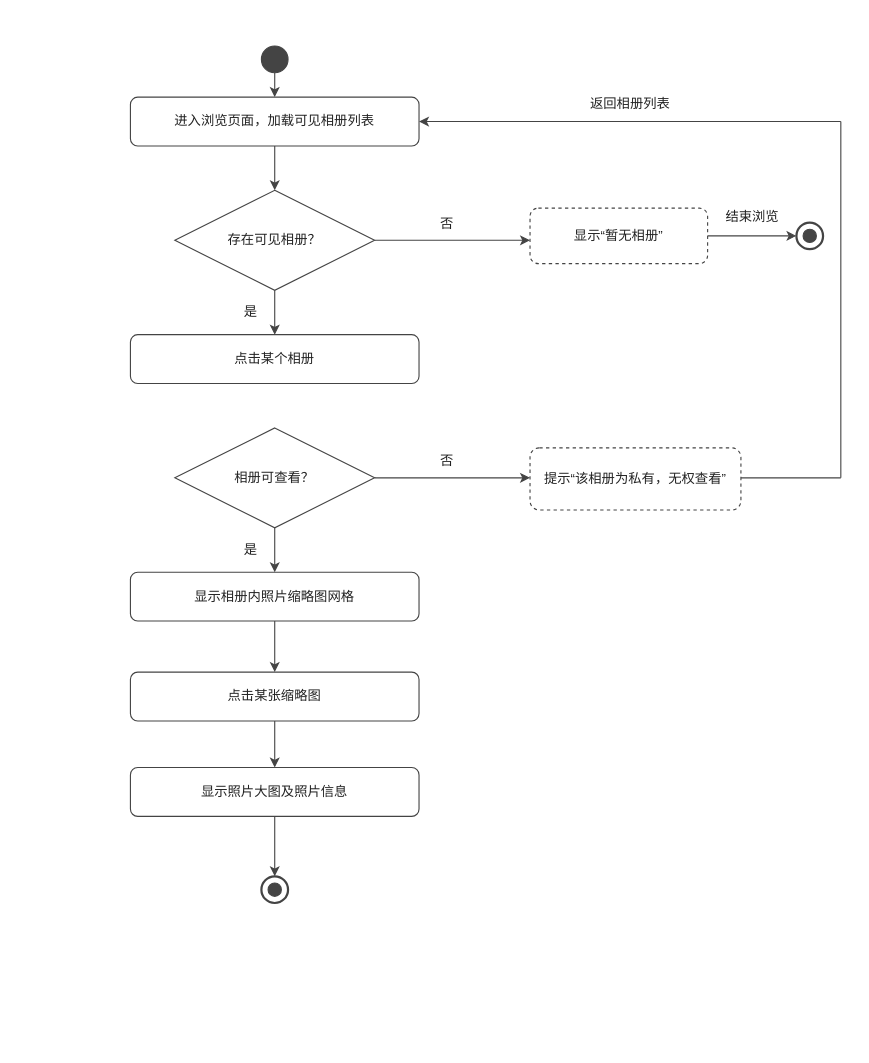
Above: docs/交付/3-照片管理-王柯涵/images/浏览照片_活动图.drawio in chennuo1101/electronic-photo-album-system1 (draw.io), before the change. Source tidied: cells renumbered, new cells numbered last; positions are measured from the earlier drawing's top-left corner, leaving out a move shared by most shapes. Both pictures are drawn from the tidied source at 111%, with x=0, y=0 at pixel (130, 46).
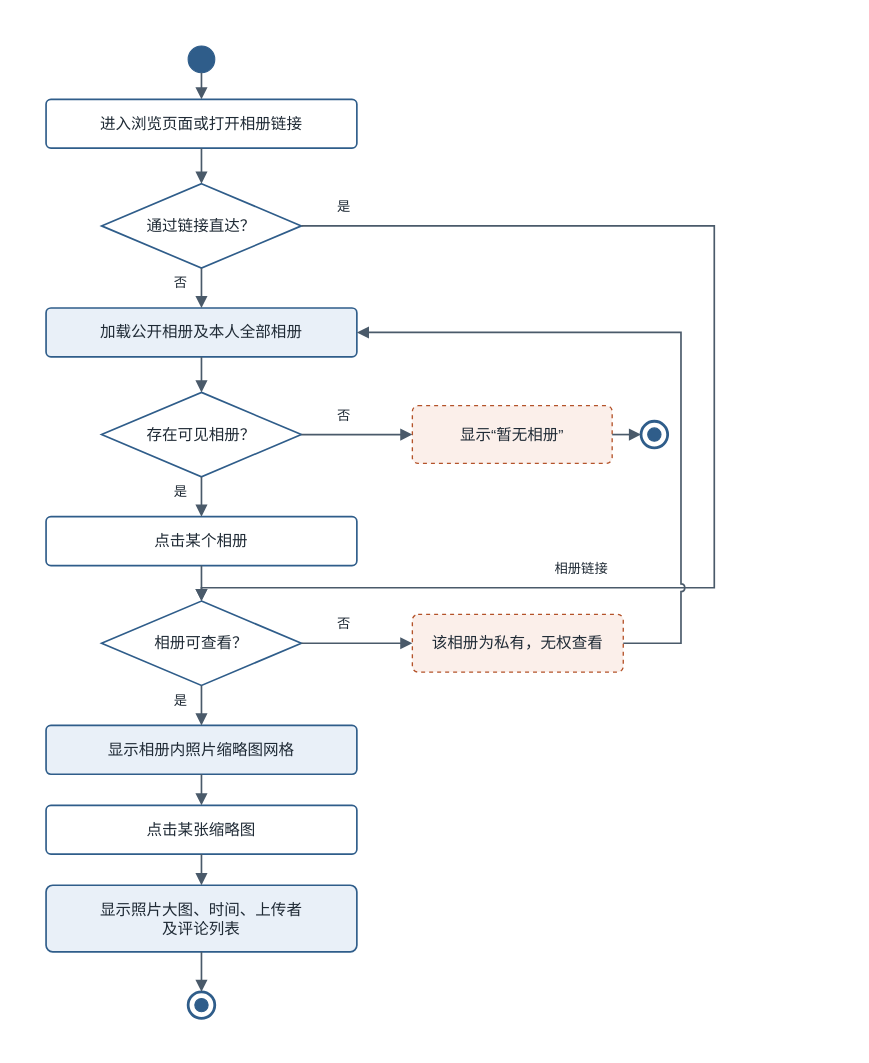
The same diagram, later.

Change to the diagram source:
```diff
@@
+    <mxCell id="35" style="rounded=0;whiteSpace=wrap;html=1;fillColor=#FFFFFF;strokeColor=none;" parent="1" vertex="1">
+      <mxGeometry x="-100" y="-24" width="652" height="924" as="geometry" />
+    </mxCell>
-    <mxCell id="2" style="ellipse;html=1;fillColor=#444444;strokeColor=#444444;" parent="1" vertex="1">
-      <mxGeometry x="118" width="24" height="24" as="geometry" />
+    <mxCell id="2" style="ellipse;html=1;fillColor=#2F5D8A;strokeColor=#2F5D8A;" parent="1" vertex="1">
+      <mxGeometry x="52" width="24" height="24" as="geometry" />
     </mxCell>
-    <mxCell id="3" value="进入浏览页面，加载可见相册列表" style="rounded=1;whiteSpace=wrap;html=1;fillColor=#FFFFFF;strokeColor=#444444;fontFamily=Microsoft YaHei;fontSize=12;fontColor=#222222;" parent="1" vertex="1">
-      <mxGeometry y="46" width="260" height="44" as="geometry" />
+    <mxCell id="3" value="进入浏览页面或打开相册链接" style="rounded=1;arcSize=10;whiteSpace=wrap;html=1;fillColor=#FFFFFF;strokeColor=#2F5D8A;strokeWidth=1.5;fontFamily=Microsoft YaHei;fontSize=14;fontColor=#1F2A35;" parent="1" vertex="1">
+      <mxGeometry x="-76" y="48" width="280" height="44" as="geometry" />
     </mxCell>
+    <mxCell id="36" value="通过链接直达？" style="rhombus;whiteSpace=wrap;html=1;fillColor=#FFFFFF;strokeColor=#2F5D8A;strokeWidth=1.5;fontFamily=Microsoft YaHei;fontSize=14;fontColor=#1F2A35;" parent="1" vertex="1">
+      <mxGeometry x="-26" y="124" width="180" height="76" as="geometry" />
+    </mxCell>
+    <mxCell id="6" value="加载公开相册及本人全部相册" style="rounded=1;arcSize=10;whiteSpace=wrap;html=1;fillColor=#E9F0F8;strokeColor=#2F5D8A;strokeWidth=1.5;fontFamily=Microsoft YaHei;fontSize=14;fontColor=#1F2A35;" parent="1" vertex="1">
+      <mxGeometry x="-76" y="236" width="280" height="44" as="geometry" />
+    </mxCell>
-    <mxCell id="4" value="存在可见相册？" style="rhombus;whiteSpace=wrap;html=1;fillColor=#FFFFFF;strokeColor=#444444;fontFamily=Microsoft YaHei;fontSize=12;fontColor=#222222;" parent="1" vertex="1">
-      <mxGeometry x="40" y="130" width="180" height="90" as="geometry" />
+    <mxCell id="4" value="存在可见相册？" style="rhombus;whiteSpace=wrap;html=1;fillColor=#FFFFFF;strokeColor=#2F5D8A;strokeWidth=1.5;fontFamily=Microsoft YaHei;fontSize=14;fontColor=#1F2A35;" parent="1" vertex="1">
+      <mxGeometry x="-26" y="312" width="180" height="76" as="geometry" />
     </mxCell>
-    <mxCell id="5" value="显示“暂无相册”" style="rounded=1;whiteSpace=wrap;html=1;fillColor=none;strokeColor=#444444;dashed=1;fontFamily=Microsoft YaHei;fontSize=12;fontColor=#222222;" parent="1" vertex="1">
-      <mxGeometry x="360" y="146" width="160" height="50" as="geometry" />
+    <mxCell id="5" value="显示“暂无相册”" style="rounded=1;arcSize=10;whiteSpace=wrap;html=1;fillColor=#FBEFEA;strokeColor=#B4532A;strokeWidth=1.2;dashed=1;fontFamily=Microsoft YaHei;fontSize=14;fontColor=#1F2A35;" parent="1" vertex="1">
+      <mxGeometry x="254" y="324" width="180" height="52" as="geometry" />
     </mxCell>
-    <mxCell id="6" value="点击某个相册" style="rounded=1;whiteSpace=wrap;html=1;fillColor=#FFFFFF;strokeColor=#444444;fontFamily=Microsoft YaHei;fontSize=12;fontColor=#222222;" parent="1" vertex="1">
-      <mxGeometry y="260" width="260" height="44" as="geometry" />
-    </mxCell>
+    <mxCell id="37" style="html=1;rounded=0;strokeColor=#4A5A6A;strokeWidth=1.5;startArrow=none;endArrow=block;endFill=1;endSize=7;jumpStyle=arc;jumpSize=6;" parent="1" edge="1">
+      <mxGeometry relative="1" as="geometry">
+        <mxPoint x="154" y="350" as="sourcePoint" />
+        <mxPoint x="254" y="350" as="targetPoint" />
+      </mxGeometry>
+    </mxCell>
+    <mxCell id="38" value="否" style="text;html=1;align=center;verticalAlign=middle;fillColor=#FFFFFF;strokeColor=none;fontFamily=Microsoft YaHei;fontSize=12;fontColor=#1F2A35;" parent="1" vertex="1">
+      <mxGeometry x="180" y="324" width="24" height="18" as="geometry" />
+    </mxCell>
+    <mxCell id="39" style="ellipse;html=1;fillColor=#FFFFFF;strokeColor=#2F5D8A;strokeWidth=2.5;" parent="1" vertex="1">
+      <mxGeometry x="460" y="338" width="24" height="24" as="geometry" />
+    </mxCell>
+    <mxCell id="40" style="ellipse;html=1;fillColor=#2F5D8A;strokeColor=#2F5D8A;" parent="1" vertex="1">
+      <mxGeometry x="466" y="344" width="12" height="12" as="geometry" />
+    </mxCell>
+    <mxCell id="41" style="html=1;rounded=0;strokeColor=#4A5A6A;strokeWidth=1.5;startArrow=none;endArrow=block;endFill=1;endSize=7;jumpStyle=arc;jumpSize=6;" parent="1" edge="1">
+      <mxGeometry relative="1" as="geometry">
+        <mxPoint x="434" y="350" as="sourcePoint" />
+        <mxPoint x="460" y="350" as="targetPoint" />
+      </mxGeometry>
+    </mxCell>
+    <mxCell id="9" value="点击某个相册" style="rounded=1;arcSize=10;whiteSpace=wrap;html=1;fillColor=#FFFFFF;strokeColor=#2F5D8A;strokeWidth=1.5;fontFamily=Microsoft YaHei;fontSize=14;fontColor=#1F2A35;" parent="1" vertex="1">
+      <mxGeometry x="-76" y="424" width="280" height="44" as="geometry" />
+    </mxCell>
-    <mxCell id="7" value="相册可查看？" style="rhombus;whiteSpace=wrap;html=1;fillColor=#FFFFFF;strokeColor=#444444;fontFamily=Microsoft YaHei;fontSize=12;fontColor=#222222;" parent="1" vertex="1">
-      <mxGeometry x="40" y="344" width="180" height="90" as="geometry" />
+    <mxCell id="7" value="相册可查看？" style="rhombus;whiteSpace=wrap;html=1;fillColor=#FFFFFF;strokeColor=#2F5D8A;strokeWidth=1.5;fontFamily=Microsoft YaHei;fontSize=14;fontColor=#1F2A35;" parent="1" vertex="1">
+      <mxGeometry x="-26" y="500" width="180" height="76" as="geometry" />
     </mxCell>
-    <mxCell id="8" value="提示“该相册为私有，无权查看”" style="rounded=1;whiteSpace=wrap;html=1;fillColor=none;strokeColor=#444444;dashed=1;fontFamily=Microsoft YaHei;fontSize=12;fontColor=#222222;" parent="1" vertex="1">
-      <mxGeometry x="360" y="362" width="190" height="56" as="geometry" />
-    </mxCell>
-    <mxCell id="9" value="显示相册内照片缩略图网格" style="rounded=1;whiteSpace=wrap;html=1;fillColor=#FFFFFF;strokeColor=#444444;fontFamily=Microsoft YaHei;fontSize=12;fontColor=#222222;" parent="1" vertex="1">
-      <mxGeometry y="474" width="260" height="44" as="geometry" />
-    </mxCell>
-    <mxCell id="10" value="点击某张缩略图" style="rounded=1;whiteSpace=wrap;html=1;fillColor=#FFFFFF;strokeColor=#444444;fontFamily=Microsoft YaHei;fontSize=12;fontColor=#222222;" parent="1" vertex="1">
-      <mxGeometry y="564" width="260" height="44" as="geometry" />
+    <mxCell id="10" value="显示相册内照片缩略图网格" style="rounded=1;arcSize=10;whiteSpace=wrap;html=1;fillColor=#E9F0F8;strokeColor=#2F5D8A;strokeWidth=1.5;fontFamily=Microsoft YaHei;fontSize=14;fontColor=#1F2A35;" parent="1" vertex="1">
+      <mxGeometry x="-76" y="612" width="280" height="44" as="geometry" />
     </mxCell>
-    <mxCell id="11" value="显示照片大图及照片信息" style="rounded=1;whiteSpace=wrap;html=1;fillColor=#FFFFFF;strokeColor=#444444;fontFamily=Microsoft YaHei;fontSize=12;fontColor=#222222;" parent="1" vertex="1">
-      <mxGeometry y="650" width="260" height="44" as="geometry" />
+    <mxCell id="11" value="点击某张缩略图" style="rounded=1;arcSize=10;whiteSpace=wrap;html=1;fillColor=#FFFFFF;strokeColor=#2F5D8A;strokeWidth=1.5;fontFamily=Microsoft YaHei;fontSize=14;fontColor=#1F2A35;" parent="1" vertex="1">
+      <mxGeometry x="-76" y="684" width="280" height="44" as="geometry" />
     </mxCell>
+    <mxCell id="42" value="显示照片大图、时间、上传者&#10;及评论列表" style="rounded=1;arcSize=10;whiteSpace=wrap;html=1;fillColor=#E9F0F8;strokeColor=#2F5D8A;strokeWidth=1.5;fontFamily=Microsoft YaHei;fontSize=14;fontColor=#1F2A35;" parent="1" vertex="1">
+      <mxGeometry x="-76" y="756" width="280" height="60" as="geometry" />
+    </mxCell>
-    <mxCell id="12" style="ellipse;html=1;fillColor=#FFFFFF;strokeColor=#444444;strokeWidth=2;" parent="1" vertex="1">
-      <mxGeometry x="118" y="748" width="24" height="24" as="geometry" />
+    <mxCell id="12" style="ellipse;html=1;fillColor=#FFFFFF;strokeColor=#2F5D8A;strokeWidth=2.5;" parent="1" vertex="1">
+      <mxGeometry x="52" y="852" width="24" height="24" as="geometry" />
     </mxCell>
-    <mxCell id="13" style="ellipse;html=1;fillColor=#444444;strokeColor=#444444;" parent="1" vertex="1">
-      <mxGeometry x="124" y="754" width="12" height="12" as="geometry" />
-    </mxCell>
-    <mxCell id="14" style="ellipse;html=1;fillColor=#FFFFFF;strokeColor=#444444;strokeWidth=2;" parent="1" vertex="1">
-      <mxGeometry x="600" y="159" width="24" height="24" as="geometry" />
-    </mxCell>
-    <mxCell id="15" style="ellipse;html=1;fillColor=#444444;strokeColor=#444444;" parent="1" vertex="1">
-      <mxGeometry x="606" y="165" width="12" height="12" as="geometry" />
-    </mxCell>
-    <mxCell id="16" style="html=1;rounded=0;strokeColor=#444444;strokeWidth=1;" parent="1" edge="1">
-      <mxGeometry relative="1" as="geometry">
-        <mxPoint x="130" y="24" as="sourcePoint" />
-        <mxPoint x="130" y="46" as="targetPoint" />
-      </mxGeometry>
-    </mxCell>
-    <mxCell id="17" style="html=1;rounded=0;strokeColor=#444444;strokeWidth=1;" parent="1" edge="1">
-      <mxGeometry relative="1" as="geometry">
-        <mxPoint x="130" y="90" as="sourcePoint" />
-        <mxPoint x="130" y="130" as="targetPoint" />
-      </mxGeometry>
-    </mxCell>
-    <mxCell id="18" style="html=1;rounded=0;strokeColor=#444444;strokeWidth=1;" parent="1" edge="1">
-      <mxGeometry relative="1" as="geometry">
-        <mxPoint x="130" y="220" as="sourcePoint" />
-        <mxPoint x="130" y="260" as="targetPoint" />
-      </mxGeometry>
-    </mxCell>
-    <mxCell id="19" style="html=1;rounded=0;strokeColor=#444444;strokeWidth=1;" parent="1" edge="1">
-      <mxGeometry relative="1" as="geometry">
-        <mxPoint x="130" y="434" as="sourcePoint" />
-        <mxPoint x="130" y="474" as="targetPoint" />
-      </mxGeometry>
-    </mxCell>
-    <mxCell id="20" style="html=1;rounded=0;strokeColor=#444444;strokeWidth=1;" parent="1" edge="1">
-      <mxGeometry relative="1" as="geometry">
-        <mxPoint x="130" y="518" as="sourcePoint" />
-        <mxPoint x="130" y="564" as="targetPoint" />
-      </mxGeometry>
-    </mxCell>
-    <mxCell id="21" style="html=1;rounded=0;strokeColor=#444444;strokeWidth=1;" parent="1" edge="1">
-      <mxGeometry relative="1" as="geometry">
-        <mxPoint x="130" y="608" as="sourcePoint" />
-        <mxPoint x="130" y="650" as="targetPoint" />
-      </mxGeometry>
-    </mxCell>
-    <mxCell id="22" style="html=1;rounded=0;strokeColor=#444444;strokeWidth=1;" parent="1" edge="1">
-      <mxGeometry relative="1" as="geometry">
-        <mxPoint x="130" y="694" as="sourcePoint" />
-        <mxPoint x="130" y="748" as="targetPoint" />
-      </mxGeometry>
-    </mxCell>
-    <mxCell id="23" style="html=1;rounded=0;strokeColor=#444444;strokeWidth=1;" parent="1" edge="1">
-      <mxGeometry relative="1" as="geometry">
-        <mxPoint x="220" y="175" as="sourcePoint" />
-        <mxPoint x="360" y="175" as="targetPoint" />
-      </mxGeometry>
-    </mxCell>
-    <mxCell id="24" style="html=1;rounded=0;strokeColor=#444444;strokeWidth=1;" parent="1" edge="1">
-      <mxGeometry relative="1" as="geometry">
-        <mxPoint x="520" y="171" as="sourcePoint" />
-        <mxPoint x="600" y="171" as="targetPoint" />
-      </mxGeometry>
-    </mxCell>
-    <mxCell id="25" style="html=1;rounded=0;strokeColor=#444444;strokeWidth=1;" parent="1" edge="1">
-      <mxGeometry relative="1" as="geometry">
-        <mxPoint x="220" y="389" as="sourcePoint" />
-        <mxPoint x="360" y="389" as="targetPoint" />
-      </mxGeometry>
-    </mxCell>
-    <mxCell id="26" style="html=1;rounded=0;strokeColor=#444444;strokeWidth=1;startArrow=none;endArrow=none;" parent="1" edge="1">
-      <mxGeometry relative="1" as="geometry">
-        <mxPoint x="550" y="389" as="sourcePoint" />
-        <mxPoint x="640" y="389" as="targetPoint" />
-      </mxGeometry>
-    </mxCell>
-    <mxCell id="27" style="html=1;rounded=0;strokeColor=#444444;strokeWidth=1;startArrow=none;endArrow=none;" parent="1" edge="1">
-      <mxGeometry relative="1" as="geometry">
-        <mxPoint x="640" y="389" as="sourcePoint" />
-        <mxPoint x="640" y="68" as="targetPoint" />
-      </mxGeometry>
-    </mxCell>
-    <mxCell id="28" style="html=1;rounded=0;strokeColor=#444444;strokeWidth=1;" parent="1" edge="1">
-      <mxGeometry relative="1" as="geometry">
-        <mxPoint x="640" y="68" as="sourcePoint" />
-        <mxPoint x="260" y="68" as="targetPoint" />
-      </mxGeometry>
-    </mxCell>
-    <mxCell id="29" value="否" style="text;html=1;align=center;verticalAlign=middle;fillColor=none;strokeColor=none;fontFamily=Microsoft YaHei;fontSize=12;fontColor=#222222;" parent="1" vertex="1">
-      <mxGeometry x="275" y="150" width="20" height="20" as="geometry" />
-    </mxCell>
-    <mxCell id="30" value="是" style="text;html=1;align=center;verticalAlign=middle;fillColor=none;strokeColor=none;fontFamily=Microsoft YaHei;fontSize=12;fontColor=#222222;" parent="1" vertex="1">
-      <mxGeometry x="96" y="230" width="24" height="20" as="geometry" />
-    </mxCell>
-    <mxCell id="31" value="否" style="text;html=1;align=center;verticalAlign=middle;fillColor=none;strokeColor=none;fontFamily=Microsoft YaHei;fontSize=12;fontColor=#222222;" parent="1" vertex="1">
-      <mxGeometry x="275" y="364" width="20" height="20" as="geometry" />
-    </mxCell>
-    <mxCell id="32" value="是" style="text;html=1;align=center;verticalAlign=middle;fillColor=none;strokeColor=none;fontFamily=Microsoft YaHei;fontSize=12;fontColor=#222222;" parent="1" vertex="1">
-      <mxGeometry x="96" y="444" width="24" height="20" as="geometry" />
-    </mxCell>
-    <mxCell id="33" value="结束浏览" style="text;html=1;align=center;verticalAlign=middle;fillColor=none;strokeColor=none;fontFamily=Microsoft YaHei;fontSize=12;fontColor=#222222;" parent="1" vertex="1">
-      <mxGeometry x="528" y="144" width="64" height="20" as="geometry" />
-    </mxCell>
-    <mxCell id="34" value="返回相册列表" style="text;html=1;align=center;verticalAlign=middle;fillColor=none;strokeColor=none;fontFamily=Microsoft YaHei;fontSize=12;fontColor=#222222;" parent="1" vertex="1">
-      <mxGeometry x="400" y="42" width="100" height="20" as="geometry" />
-    </mxCell>
+    <mxCell id="43" style="ellipse;html=1;fillColor=#2F5D8A;strokeColor=#2F5D8A;" parent="1" vertex="1">
+      <mxGeometry x="58" y="858" width="12" height="12" as="geometry" />
+    </mxCell>
+    <mxCell id="44" style="html=1;rounded=0;strokeColor=#4A5A6A;strokeWidth=1.5;startArrow=none;endArrow=block;endFill=1;endSize=7;jumpStyle=arc;jumpSize=6;" parent="1" edge="1">
+      <mxGeometry relative="1" as="geometry">
+        <mxPoint x="64" y="24" as="sourcePoint" />
+        <mxPoint x="64" y="48" as="targetPoint" />
+      </mxGeometry>
+    </mxCell>
+    <mxCell id="45" style="html=1;rounded=0;strokeColor=#4A5A6A;strokeWidth=1.5;startArrow=none;endArrow=block;endFill=1;endSize=7;jumpStyle=arc;jumpSize=6;" parent="1" edge="1">
+      <mxGeometry relative="1" as="geometry">
+        <mxPoint x="64" y="92" as="sourcePoint" />
+        <mxPoint x="64" y="124" as="targetPoint" />
+      </mxGeometry>
+    </mxCell>
+    <mxCell id="46" style="html=1;rounded=0;strokeColor=#4A5A6A;strokeWidth=1.5;startArrow=none;endArrow=block;endFill=1;endSize=7;jumpStyle=arc;jumpSize=6;" parent="1" edge="1">
+      <mxGeometry relative="1" as="geometry">
+        <mxPoint x="64" y="200" as="sourcePoint" />
+        <mxPoint x="64" y="236" as="targetPoint" />
+      </mxGeometry>
+    </mxCell>
+    <mxCell id="47" value="否" style="text;html=1;align=center;verticalAlign=middle;fillColor=#FFFFFF;strokeColor=none;fontFamily=Microsoft YaHei;fontSize=12;fontColor=#1F2A35;" parent="1" vertex="1">
+      <mxGeometry x="34" y="205" width="22" height="18" as="geometry" />
+    </mxCell>
+    <mxCell id="48" style="html=1;rounded=0;strokeColor=#4A5A6A;strokeWidth=1.5;startArrow=none;endArrow=block;endFill=1;endSize=7;jumpStyle=arc;jumpSize=6;" parent="1" edge="1">
+      <mxGeometry relative="1" as="geometry">
+        <mxPoint x="64" y="280" as="sourcePoint" />
+        <mxPoint x="64" y="312" as="targetPoint" />
+      </mxGeometry>
+    </mxCell>
+    <mxCell id="49" style="html=1;rounded=0;strokeColor=#4A5A6A;strokeWidth=1.5;startArrow=none;endArrow=block;endFill=1;endSize=7;jumpStyle=arc;jumpSize=6;" parent="1" edge="1">
+      <mxGeometry relative="1" as="geometry">
+        <mxPoint x="64" y="388" as="sourcePoint" />
+        <mxPoint x="64" y="424" as="targetPoint" />
+      </mxGeometry>
+    </mxCell>
+    <mxCell id="50" value="是" style="text;html=1;align=center;verticalAlign=middle;fillColor=#FFFFFF;strokeColor=none;fontFamily=Microsoft YaHei;fontSize=12;fontColor=#1F2A35;" parent="1" vertex="1">
+      <mxGeometry x="34" y="393" width="22" height="18" as="geometry" />
+    </mxCell>
+    <mxCell id="51" style="html=1;rounded=0;strokeColor=#4A5A6A;strokeWidth=1.5;startArrow=none;endArrow=block;endFill=1;endSize=7;jumpStyle=arc;jumpSize=6;" parent="1" edge="1">
+      <mxGeometry relative="1" as="geometry">
+        <mxPoint x="64" y="468" as="sourcePoint" />
+        <mxPoint x="64" y="500" as="targetPoint" />
+      </mxGeometry>
+    </mxCell>
+    <mxCell id="52" style="html=1;rounded=0;strokeColor=#4A5A6A;strokeWidth=1.5;startArrow=none;endArrow=block;endFill=1;endSize=7;jumpStyle=arc;jumpSize=6;" parent="1" edge="1">
+      <mxGeometry relative="1" as="geometry">
+        <mxPoint x="64" y="576" as="sourcePoint" />
+        <mxPoint x="64" y="612" as="targetPoint" />
+      </mxGeometry>
+    </mxCell>
+    <mxCell id="53" value="是" style="text;html=1;align=center;verticalAlign=middle;fillColor=#FFFFFF;strokeColor=none;fontFamily=Microsoft YaHei;fontSize=12;fontColor=#1F2A35;" parent="1" vertex="1">
+      <mxGeometry x="34" y="581" width="22" height="18" as="geometry" />
+    </mxCell>
+    <mxCell id="54" style="html=1;rounded=0;strokeColor=#4A5A6A;strokeWidth=1.5;startArrow=none;endArrow=block;endFill=1;endSize=7;jumpStyle=arc;jumpSize=6;" parent="1" edge="1">
+      <mxGeometry relative="1" as="geometry">
+        <mxPoint x="64" y="656" as="sourcePoint" />
+        <mxPoint x="64" y="684" as="targetPoint" />
+      </mxGeometry>
+    </mxCell>
+    <mxCell id="55" style="html=1;rounded=0;strokeColor=#4A5A6A;strokeWidth=1.5;startArrow=none;endArrow=block;endFill=1;endSize=7;jumpStyle=arc;jumpSize=6;" parent="1" edge="1">
+      <mxGeometry relative="1" as="geometry">
+        <mxPoint x="64" y="728" as="sourcePoint" />
+        <mxPoint x="64" y="756" as="targetPoint" />
+      </mxGeometry>
+    </mxCell>
+    <mxCell id="56" style="html=1;rounded=0;strokeColor=#4A5A6A;strokeWidth=1.5;startArrow=none;endArrow=block;endFill=1;endSize=7;jumpStyle=arc;jumpSize=6;" parent="1" edge="1">
+      <mxGeometry relative="1" as="geometry">
+        <mxPoint x="64" y="816" as="sourcePoint" />
+        <mxPoint x="64" y="852" as="targetPoint" />
+      </mxGeometry>
+    </mxCell>
+    <mxCell id="57" style="html=1;rounded=0;strokeColor=#4A5A6A;strokeWidth=1.5;startArrow=none;endArrow=block;endFill=1;endSize=7;jumpStyle=arc;jumpSize=6;" parent="1" edge="1">
+      <mxGeometry relative="1" as="geometry">
+        <mxPoint x="154" y="162" as="sourcePoint" />
+        <mxPoint x="64" y="500" as="targetPoint" />
+        <Array as="points">
+          <mxPoint x="526" y="162" />
+          <mxPoint x="526" y="488" />
+          <mxPoint x="64" y="488" />
+        </Array>
+      </mxGeometry>
+    </mxCell>
+    <mxCell id="58" value="是" style="text;html=1;align=center;verticalAlign=middle;fillColor=#FFFFFF;strokeColor=none;fontFamily=Microsoft YaHei;fontSize=12;fontColor=#1F2A35;" parent="1" vertex="1">
+      <mxGeometry x="180" y="136" width="24" height="18" as="geometry" />
+    </mxCell>
+    <mxCell id="59" value="相册链接" style="text;html=1;align=center;verticalAlign=middle;fillColor=#FFFFFF;strokeColor=none;fontFamily=Microsoft YaHei;fontSize=12;fontColor=#1F2A35;" parent="1" vertex="1">
+      <mxGeometry x="356" y="462" width="100" height="18" as="geometry" />
+    </mxCell>
+    <mxCell id="60" value="该相册为私有，无权查看" style="rounded=1;arcSize=10;whiteSpace=wrap;html=1;fillColor=#FBEFEA;strokeColor=#B4532A;strokeWidth=1.2;dashed=1;fontFamily=Microsoft YaHei;fontSize=14;fontColor=#1F2A35;" parent="1" vertex="1">
+      <mxGeometry x="254" y="512" width="190" height="52" as="geometry" />
+    </mxCell>
+    <mxCell id="61" style="html=1;rounded=0;strokeColor=#4A5A6A;strokeWidth=1.5;startArrow=none;endArrow=block;endFill=1;endSize=7;jumpStyle=arc;jumpSize=6;" parent="1" edge="1">
+      <mxGeometry relative="1" as="geometry">
+        <mxPoint x="154" y="538" as="sourcePoint" />
+        <mxPoint x="254" y="538" as="targetPoint" />
+      </mxGeometry>
+    </mxCell>
+    <mxCell id="62" value="否" style="text;html=1;align=center;verticalAlign=middle;fillColor=#FFFFFF;strokeColor=none;fontFamily=Microsoft YaHei;fontSize=12;fontColor=#1F2A35;" parent="1" vertex="1">
+      <mxGeometry x="180" y="512" width="24" height="18" as="geometry" />
+    </mxCell>
+    <mxCell id="63" style="html=1;rounded=0;strokeColor=#4A5A6A;strokeWidth=1.5;startArrow=none;endArrow=block;endFill=1;endSize=7;jumpStyle=arc;jumpSize=6;" parent="1" edge="1">
+      <mxGeometry relative="1" as="geometry">
+        <mxPoint x="444" y="538" as="sourcePoint" />
+        <mxPoint x="204" y="258" as="targetPoint" />
+        <Array as="points">
+          <mxPoint x="496" y="538" />
+          <mxPoint x="496" y="258" />
+        </Array>
+      </mxGeometry>
+    </mxCell>
```
